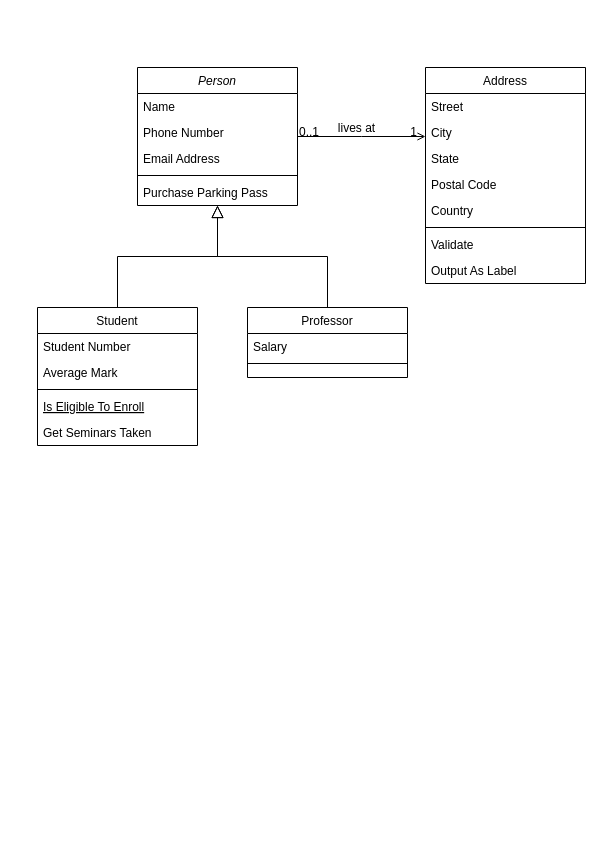
The draw.io diagram class-diagram-perpus-digital.drawio in slsaamelia/perpus-digital, before the edit. Source tidied: cells renumbered, new cells numbered last; positions are measured from the earlier drawing's top-left corner, leaving out a move shared by most shapes. Both pictures are drawn from the tidied source at 100%, with x=0, y=0 at pixel (37, 67).
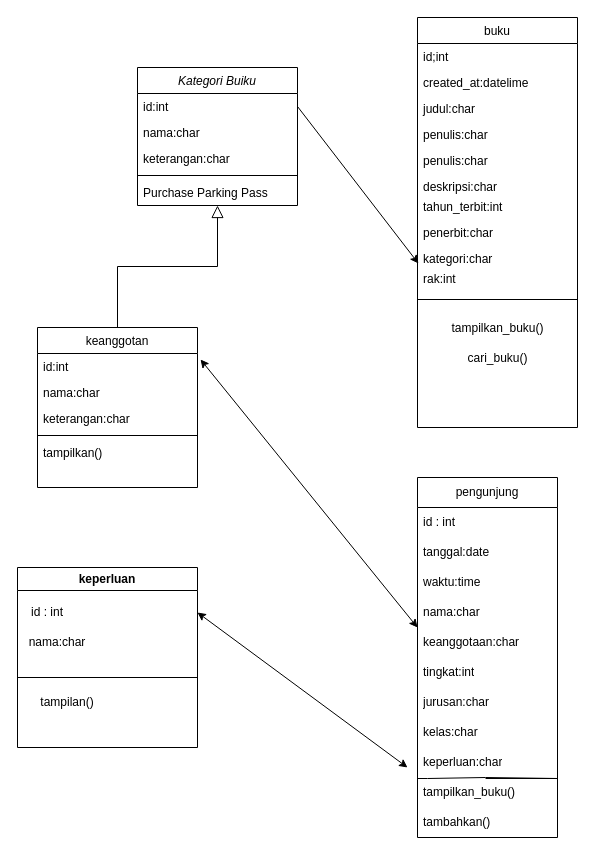
The same page after the edit.

Change to the diagram source:
```diff
@@
-    <mxCell id="2" value="Person" style="swimlane;fontStyle=2;align=center;verticalAlign=top;horizontal=1;startSize=26;rounded=0;shadow=0;strokeWidth=1;" parent="1" vertex="1">
+    <mxCell id="2" value="Kategori Buiku" style="swimlane;fontStyle=2;align=center;verticalAlign=top;horizontal=1;startSize=26;rounded=0;shadow=0;strokeWidth=1;" parent="1" vertex="1">
       <mxGeometry x="100" width="160" height="138" as="geometry" />
     </mxCell>
-    <mxCell id="3" value="Name" style="text;align=left;verticalAlign=top;spacingLeft=4;spacingRight=4;overflow=hidden;points=[[0,0.5],[1,0.5]];portConstraint=eastwest;" parent="2" vertex="1">
+    <mxCell id="3" value="id:int" style="text;align=left;verticalAlign=top;spacingLeft=4;spacingRight=4;overflow=hidden;points=[[0,0.5],[1,0.5]];portConstraint=eastwest;" parent="2" vertex="1">
       <mxGeometry y="26" width="160" height="26" as="geometry" />
     </mxCell>
-    <mxCell id="4" value="Phone Number" style="text;align=left;verticalAlign=top;spacingLeft=4;spacingRight=4;overflow=hidden;rounded=0;shadow=0;html=0;" parent="2" vertex="1">
+    <mxCell id="4" value="nama:char" style="text;align=left;verticalAlign=top;spacingLeft=4;spacingRight=4;overflow=hidden;rounded=0;shadow=0;html=0;" parent="2" vertex="1">
       <mxGeometry y="52" width="160" height="26" as="geometry" />
     </mxCell>
-    <mxCell id="5" value="Email Address" style="text;align=left;verticalAlign=top;spacingLeft=4;spacingRight=4;overflow=hidden;rounded=0;shadow=0;html=0;" parent="2" vertex="1">
+    <mxCell id="5" value="keterangan:char" style="text;align=left;verticalAlign=top;spacingLeft=4;spacingRight=4;overflow=hidden;rounded=0;shadow=0;html=0;" parent="2" vertex="1">
       <mxGeometry y="78" width="160" height="26" as="geometry" />
     </mxCell>
@@
-    <mxCell id="8" value="Student" style="swimlane;fontStyle=0;align=center;verticalAlign=top;horizontal=1;startSize=26;rounded=0;shadow=0;strokeWidth=1;" parent="1" vertex="1">
-      <mxGeometry y="240" width="160" height="138" as="geometry" />
+    <mxCell id="8" value="keanggotan" style="swimlane;fontStyle=0;align=center;verticalAlign=top;horizontal=1;startSize=26;rounded=0;shadow=0;strokeWidth=1;" parent="1" vertex="1">
+      <mxGeometry y="260" width="160" height="160" as="geometry" />
     </mxCell>
-    <mxCell id="9" value="Student Number" style="text;align=left;verticalAlign=top;spacingLeft=4;spacingRight=4;overflow=hidden;points=[[0,0.5],[1,0.5]];portConstraint=eastwest;" parent="8" vertex="1">
+    <mxCell id="9" value="id:int" style="text;align=left;verticalAlign=top;spacingLeft=4;spacingRight=4;overflow=hidden;points=[[0,0.5],[1,0.5]];portConstraint=eastwest;" parent="8" vertex="1">
       <mxGeometry y="26" width="160" height="26" as="geometry" />
     </mxCell>
-    <mxCell id="10" value="Average Mark" style="text;align=left;verticalAlign=top;spacingLeft=4;spacingRight=4;overflow=hidden;rounded=0;shadow=0;html=0;" parent="8" vertex="1">
+    <mxCell id="10" value="nama:char" style="text;align=left;verticalAlign=top;spacingLeft=4;spacingRight=4;overflow=hidden;rounded=0;shadow=0;html=0;" parent="8" vertex="1">
       <mxGeometry y="52" width="160" height="26" as="geometry" />
     </mxCell>
+    <mxCell id="32" value="keterangan:char" style="text;align=left;verticalAlign=top;spacingLeft=4;spacingRight=4;overflow=hidden;rounded=0;shadow=0;html=0;" parent="8" vertex="1">
+      <mxGeometry y="78" width="160" height="26" as="geometry" />
+    </mxCell>
     <mxCell id="11" style="line;html=1;strokeWidth=1;align=left;verticalAlign=middle;spacingTop=-1;spacingLeft=3;spacingRight=3;labelPosition=right;" parent="8" vertex="1">
-      <mxGeometry y="78" width="160" height="8" as="geometry" />
+      <mxGeometry y="104" width="160" height="8" as="geometry" />
     </mxCell>
-    <mxCell id="12" value="Is Eligible To Enroll" style="text;align=left;verticalAlign=top;spacingLeft=4;spacingRight=4;overflow=hidden;fontStyle=4;" parent="8" vertex="1">
-      <mxGeometry y="86" width="160" height="26" as="geometry" />
-    </mxCell>
-    <mxCell id="13" value="Get Seminars Taken" style="text;align=left;verticalAlign=top;spacingLeft=4;spacingRight=4;overflow=hidden;" parent="8" vertex="1">
-      <mxGeometry y="112" width="160" height="26" as="geometry" />
+    <mxCell id="13" value="tampilkan()" style="text;align=left;verticalAlign=top;spacingLeft=4;spacingRight=4;overflow=hidden;" parent="8" vertex="1">
+      <mxGeometry y="112" width="160" height="18" as="geometry" />
     </mxCell>
@@
-    <mxCell id="15" value="Professor" style="swimlane;fontStyle=0;align=center;verticalAlign=top;horizontal=1;startSize=26;rounded=0;shadow=0;strokeWidth=1;" parent="1" vertex="1">
-      <mxGeometry x="210" y="240" width="160" height="70" as="geometry" />
-    </mxCell>
-    <mxCell id="16" value="Salary" style="text;align=left;verticalAlign=top;spacingLeft=4;spacingRight=4;overflow=hidden;" parent="15" vertex="1">
-      <mxGeometry y="26" width="160" height="26" as="geometry" />
-    </mxCell>
-    <mxCell id="17" style="line;html=1;strokeWidth=1;align=left;verticalAlign=middle;spacingTop=-1;spacingLeft=3;spacingRight=3;labelPosition=right;" parent="15" vertex="1">
-      <mxGeometry y="52" width="160" height="8" as="geometry" />
-    </mxCell>
-    <mxCell id="18" style="endArrow=block;endSize=10;endFill=0;shadow=0;strokeWidth=1;rounded=0;edgeStyle=elbowEdgeStyle;elbow=vertical;" parent="1" edge="1" source="15" target="2">
-      <mxGeometry relative="1" as="geometry" />
-    </mxCell>
-    <mxCell id="19" value="Address" style="swimlane;fontStyle=0;align=center;verticalAlign=top;horizontal=1;startSize=26;rounded=0;shadow=0;strokeWidth=1;" parent="1" vertex="1">
-      <mxGeometry x="388" width="160" height="216" as="geometry" />
+    <mxCell id="19" value="buku" style="swimlane;fontStyle=0;align=center;verticalAlign=top;horizontal=1;startSize=26;rounded=0;shadow=0;strokeWidth=1;" parent="1" vertex="1">
+      <mxGeometry x="380" y="-50" width="160" height="410" as="geometry" />
     </mxCell>
-    <mxCell id="20" value="Street" style="text;align=left;verticalAlign=top;spacingLeft=4;spacingRight=4;overflow=hidden;" parent="19" vertex="1">
+    <mxCell id="20" value="id;int" style="text;align=left;verticalAlign=top;spacingLeft=4;spacingRight=4;overflow=hidden;" parent="19" vertex="1">
       <mxGeometry y="26" width="160" height="26" as="geometry" />
     </mxCell>
-    <mxCell id="21" value="City" style="text;align=left;verticalAlign=top;spacingLeft=4;spacingRight=4;overflow=hidden;rounded=0;shadow=0;html=0;" parent="19" vertex="1">
+    <mxCell id="21" value="created_at:datelime" style="text;align=left;verticalAlign=top;spacingLeft=4;spacingRight=4;overflow=hidden;rounded=0;shadow=0;html=0;" parent="19" vertex="1">
       <mxGeometry y="52" width="160" height="26" as="geometry" />
     </mxCell>
-    <mxCell id="22" value="State" style="text;align=left;verticalAlign=top;spacingLeft=4;spacingRight=4;overflow=hidden;rounded=0;shadow=0;html=0;" parent="19" vertex="1">
+    <mxCell id="22" value="judul:char" style="text;align=left;verticalAlign=top;spacingLeft=4;spacingRight=4;overflow=hidden;rounded=0;shadow=0;html=0;" parent="19" vertex="1">
       <mxGeometry y="78" width="160" height="26" as="geometry" />
     </mxCell>
+    <mxCell id="33" value="penulis:char" style="text;align=left;verticalAlign=top;spacingLeft=4;spacingRight=4;overflow=hidden;rounded=0;shadow=0;html=0;" parent="19" vertex="1">
+      <mxGeometry y="104" width="160" height="26" as="geometry" />
+    </mxCell>
-    <mxCell id="23" value="Postal Code" style="text;align=left;verticalAlign=top;spacingLeft=4;spacingRight=4;overflow=hidden;rounded=0;shadow=0;html=0;" parent="19" vertex="1">
-      <mxGeometry y="104" width="160" height="26" as="geometry" />
+    <mxCell id="23" value="penulis:char" style="text;align=left;verticalAlign=top;spacingLeft=4;spacingRight=4;overflow=hidden;rounded=0;shadow=0;html=0;" parent="19" vertex="1">
+      <mxGeometry y="130" width="160" height="26" as="geometry" />
     </mxCell>
-    <mxCell id="24" value="Country" style="text;align=left;verticalAlign=top;spacingLeft=4;spacingRight=4;overflow=hidden;rounded=0;shadow=0;html=0;" parent="19" vertex="1">
-      <mxGeometry y="130" width="160" height="26" as="geometry" />
+    <mxCell id="24" value="deskripsi:char" style="text;align=left;verticalAlign=top;spacingLeft=4;spacingRight=4;overflow=hidden;rounded=0;shadow=0;html=0;" parent="19" vertex="1">
+      <mxGeometry y="156" width="160" height="20" as="geometry" />
     </mxCell>
-    <mxCell id="25" style="line;html=1;strokeWidth=1;align=left;verticalAlign=middle;spacingTop=-1;spacingLeft=3;spacingRight=3;labelPosition=right;" parent="19" vertex="1">
-      <mxGeometry y="156" width="160" height="8" as="geometry" />
-    </mxCell>
-    <mxCell id="26" value="Validate" style="text;align=left;verticalAlign=top;spacingLeft=4;spacingRight=4;overflow=hidden;" parent="19" vertex="1">
-      <mxGeometry y="164" width="160" height="26" as="geometry" />
+    <mxCell id="26" value="tahun_terbit:int" style="text;align=left;verticalAlign=top;spacingLeft=4;spacingRight=4;overflow=hidden;" parent="19" vertex="1">
+      <mxGeometry y="176" width="160" height="26" as="geometry" />
     </mxCell>
-    <mxCell id="27" value="Output As Label" style="text;align=left;verticalAlign=top;spacingLeft=4;spacingRight=4;overflow=hidden;" parent="19" vertex="1">
-      <mxGeometry y="190" width="160" height="26" as="geometry" />
+    <mxCell id="27" value="penerbit:char" style="text;align=left;verticalAlign=top;spacingLeft=4;spacingRight=4;overflow=hidden;" parent="19" vertex="1">
+      <mxGeometry y="202" width="160" height="26" as="geometry" />
     </mxCell>
-    <mxCell id="28" style="endArrow=open;shadow=0;strokeWidth=1;rounded=0;endFill=1;edgeStyle=elbowEdgeStyle;elbow=vertical;" parent="1" edge="1" source="2" target="19">
-      <mxGeometry x="0.5" y="41" relative="1" as="geometry">
-        <mxPoint x="-40" y="32" as="offset" />
-      </mxGeometry>
-    </mxCell>
-    <mxCell id="29" value="0..1" style="align=left;verticalAlign=bottom;labelBackgroundColor=none;fontSize=12;" parent="28" vertex="1">
-      <mxGeometry x="-1" relative="1" as="geometry">
-        <mxPoint y="4" as="offset" />
-      </mxGeometry>
-    </mxCell>
-    <mxCell id="30" value="1" style="align=right;verticalAlign=bottom;labelBackgroundColor=none;fontSize=12;" parent="28" vertex="1">
-      <mxGeometry x="1" relative="1" as="geometry">
-        <mxPoint x="-7" y="4" as="offset" />
-      </mxGeometry>
-    </mxCell>
-    <mxCell id="31" value="lives at" style="text;html=1;align=center;verticalAlign=middle;labelBackgroundColor=none;rounded=0;shadow=0;strokeWidth=1;fontSize=12;" parent="28" vertex="1">
-      <mxGeometry x="0.5" y="49" relative="1" as="geometry">
-        <mxPoint x="-38" y="40" as="offset" />
-      </mxGeometry>
-    </mxCell>
+    <mxCell id="34" value="kategori:char" style="text;align=left;verticalAlign=top;spacingLeft=4;spacingRight=4;overflow=hidden;points=[[0,0.5],[1,0.5]];portConstraint=eastwest;rounded=0;shadow=0;html=0;" parent="19" vertex="1">
+      <mxGeometry y="228" width="160" height="20" as="geometry" />
+    </mxCell>
+    <mxCell id="35" value="rak:int" style="text;align=left;verticalAlign=top;spacingLeft=4;spacingRight=4;overflow=hidden;rounded=0;shadow=0;html=0;" parent="19" vertex="1">
+      <mxGeometry y="248" width="160" height="20" as="geometry" />
+    </mxCell>
+    <mxCell id="25" style="line;html=1;strokeWidth=1;align=left;verticalAlign=middle;spacingTop=-1;spacingLeft=3;spacingRight=3;labelPosition=right;" parent="19" vertex="1">
+      <mxGeometry y="268" width="160" height="28" as="geometry" />
+    </mxCell>
+    <mxCell id="36" value="tampilkan_buku()" style="text;html=1;align=center;verticalAlign=middle;strokeColor=none;fillColor=none;" parent="19" vertex="1">
+      <mxGeometry y="296" width="160" height="30" as="geometry" />
+    </mxCell>
+    <mxCell id="37" value="cari_buku()" style="text;html=1;align=center;verticalAlign=middle;strokeColor=none;fillColor=none;" parent="19" vertex="1">
+      <mxGeometry y="326" width="160" height="30" as="geometry" />
+    </mxCell>
+    <mxCell id="38" value="keperluan" style="swimlane;whiteSpace=wrap;html=1;" parent="1" vertex="1">
+      <mxGeometry x="-20" y="500" width="180" height="180" as="geometry" />
+    </mxCell>
+    <mxCell id="39" value="id : int" style="text;html=1;strokeColor=none;fillColor=none;align=center;verticalAlign=middle;whiteSpace=wrap;rounded=0;" parent="38" vertex="1">
+      <mxGeometry y="30" width="60" height="30" as="geometry" />
+    </mxCell>
+    <mxCell id="40" value="nama:char" style="text;html=1;strokeColor=none;fillColor=none;align=center;verticalAlign=middle;whiteSpace=wrap;rounded=0;" parent="38" vertex="1">
+      <mxGeometry x="10" y="60" width="60" height="30" as="geometry" />
+    </mxCell>
+    <mxCell id="41" style="endArrow=none;html=1;rounded=0;" parent="38" edge="1">
+      <mxGeometry relative="1" as="geometry">
+        <mxPoint y="110" as="sourcePoint" />
+        <mxPoint x="180" y="110" as="targetPoint" />
+      </mxGeometry>
+    </mxCell>
+    <mxCell id="42" value="tampilan()" style="text;html=1;strokeColor=none;fillColor=none;align=center;verticalAlign=middle;whiteSpace=wrap;rounded=0;" parent="38" vertex="1">
+      <mxGeometry x="20" y="120" width="60" height="30" as="geometry" />
+    </mxCell>
+    <mxCell id="43" value="pengunjung" style="swimlane;fontStyle=0;horizontal=1;startSize=30;whiteSpace=wrap;html=1;" parent="1" vertex="1">
+      <mxGeometry x="380" y="410" width="140" height="360" as="geometry" />
+    </mxCell>
+    <mxCell id="44" value="id : int" style="text;strokeColor=none;fillColor=none;align=left;verticalAlign=middle;spacingLeft=4;spacingRight=4;overflow=hidden;whiteSpace=wrap;html=1;" parent="43" vertex="1">
+      <mxGeometry y="30" width="140" height="30" as="geometry" />
+    </mxCell>
+    <mxCell id="45" value="tanggal:date" style="text;strokeColor=none;fillColor=none;align=left;verticalAlign=middle;spacingLeft=4;spacingRight=4;overflow=hidden;whiteSpace=wrap;html=1;" parent="43" vertex="1">
+      <mxGeometry y="60" width="140" height="30" as="geometry" />
+    </mxCell>
+    <mxCell id="46" value="waktu:time" style="text;strokeColor=none;fillColor=none;align=left;verticalAlign=middle;spacingLeft=4;spacingRight=4;overflow=hidden;whiteSpace=wrap;html=1;" parent="43" vertex="1">
+      <mxGeometry y="90" width="140" height="30" as="geometry" />
+    </mxCell>
+    <mxCell id="47" value="nama:char" style="text;strokeColor=none;fillColor=none;align=left;verticalAlign=middle;spacingLeft=4;spacingRight=4;overflow=hidden;whiteSpace=wrap;html=1;" parent="43" vertex="1">
+      <mxGeometry y="120" width="140" height="30" as="geometry" />
+    </mxCell>
+    <mxCell id="48" value="keanggotaan:char" style="text;strokeColor=none;fillColor=none;align=left;verticalAlign=middle;spacingLeft=4;spacingRight=4;overflow=hidden;points=[[0,0.5],[1,0.5]];portConstraint=eastwest;whiteSpace=wrap;html=1;" parent="43" vertex="1">
+      <mxGeometry y="150" width="140" height="30" as="geometry" />
+    </mxCell>
+    <mxCell id="49" value="tingkat:int" style="text;strokeColor=none;fillColor=none;align=left;verticalAlign=middle;spacingLeft=4;spacingRight=4;overflow=hidden;whiteSpace=wrap;html=1;" parent="43" vertex="1">
+      <mxGeometry y="180" width="140" height="30" as="geometry" />
+    </mxCell>
+    <mxCell id="50" value="jurusan:char" style="text;strokeColor=none;fillColor=none;align=left;verticalAlign=middle;spacingLeft=4;spacingRight=4;overflow=hidden;whiteSpace=wrap;html=1;" parent="43" vertex="1">
+      <mxGeometry y="210" width="140" height="30" as="geometry" />
+    </mxCell>
+    <mxCell id="51" value="kelas:char" style="text;strokeColor=none;fillColor=none;align=left;verticalAlign=middle;spacingLeft=4;spacingRight=4;overflow=hidden;whiteSpace=wrap;html=1;" parent="43" vertex="1">
+      <mxGeometry y="240" width="140" height="30" as="geometry" />
+    </mxCell>
+    <mxCell id="52" value="keperluan:char" style="text;strokeColor=none;fillColor=none;align=left;verticalAlign=middle;spacingLeft=4;spacingRight=4;overflow=hidden;whiteSpace=wrap;html=1;" parent="43" vertex="1">
+      <mxGeometry y="270" width="140" height="30" as="geometry" />
+    </mxCell>
+    <mxCell id="53" value="tampilkan_buku()" style="text;strokeColor=none;fillColor=none;align=left;verticalAlign=middle;spacingLeft=4;spacingRight=4;overflow=hidden;points=[[0,0.5],[1,0.5]];portConstraint=eastwest;whiteSpace=wrap;html=1;" parent="43" vertex="1">
+      <mxGeometry y="300" width="140" height="30" as="geometry" />
+    </mxCell>
+    <mxCell id="54" value="tambahkan()" style="text;strokeColor=none;fillColor=none;align=left;verticalAlign=middle;spacingLeft=4;spacingRight=4;overflow=hidden;whiteSpace=wrap;html=1;" parent="43" vertex="1">
+      <mxGeometry y="330" width="140" height="30" as="geometry" />
+    </mxCell>
+    <mxCell id="55" style="endArrow=none;html=1;rounded=0;entryX=0.486;entryY=0.033;entryDx=0;entryDy=0;entryPerimeter=0;" parent="1" edge="1" target="53">
+      <mxGeometry relative="1" as="geometry">
+        <mxPoint x="380" y="711" as="sourcePoint" />
+        <Array as="points">
+          <mxPoint x="390" y="711" />
+          <mxPoint x="448" y="710" />
+          <mxPoint x="520" y="711" />
+        </Array>
+      </mxGeometry>
+    </mxCell>
+    <mxCell id="56" style="endArrow=classic;startArrow=classic;html=1;rounded=0;exitX=1;exitY=0.25;exitDx=0;exitDy=0;" parent="1" edge="1" source="38">
+      <mxGeometry relative="1" as="geometry">
+        <mxPoint x="370" y="700" as="targetPoint" />
+      </mxGeometry>
+    </mxCell>
+    <mxCell id="57" style="endArrow=classic;startArrow=classic;html=1;rounded=0;exitX=1.019;exitY=0.231;exitDx=0;exitDy=0;exitPerimeter=0;entryX=0;entryY=0;entryDx=0;entryDy=0;entryPerimeter=0;" parent="1" edge="1" source="9" target="48">
+      <mxGeometry relative="1" as="geometry" />
+    </mxCell>
+    <mxCell id="58" style="endArrow=classic;html=1;rounded=0;entryX=0.006;entryY=0.9;entryDx=0;entryDy=0;entryPerimeter=0;exitX=1;exitY=0.5;exitDx=0;exitDy=0;" parent="1" edge="1" source="3" target="34">
+      <mxGeometry relative="1" as="geometry" />
+    </mxCell>
```
